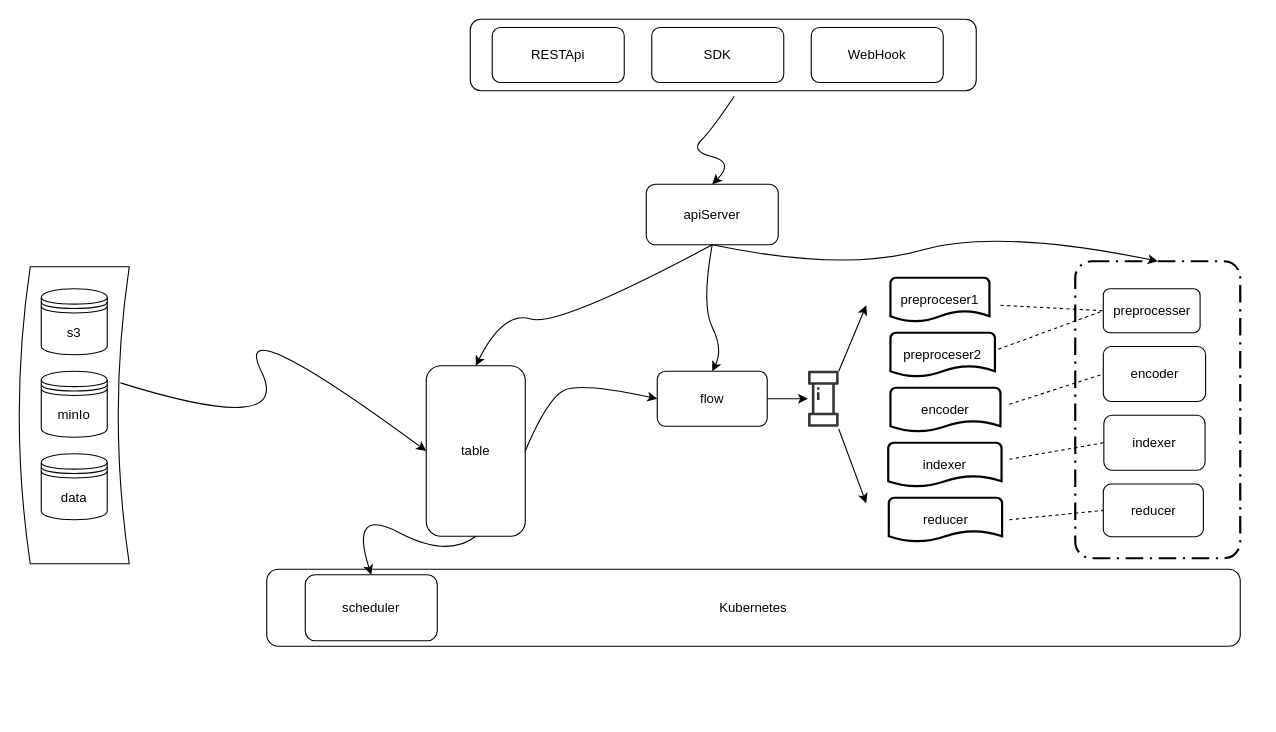
Above: Untitled Diagram.drawio in ReigenAraka/images (draw.io), before the change. Source tidied: cells renumbered, new cells numbered last; positions are measured from the earlier drawing's top-left corner, leaving out a move shared by most shapes. Both pictures are drawn from the tidied source at 110%, with x=0, y=0 at pixel (19, 19).
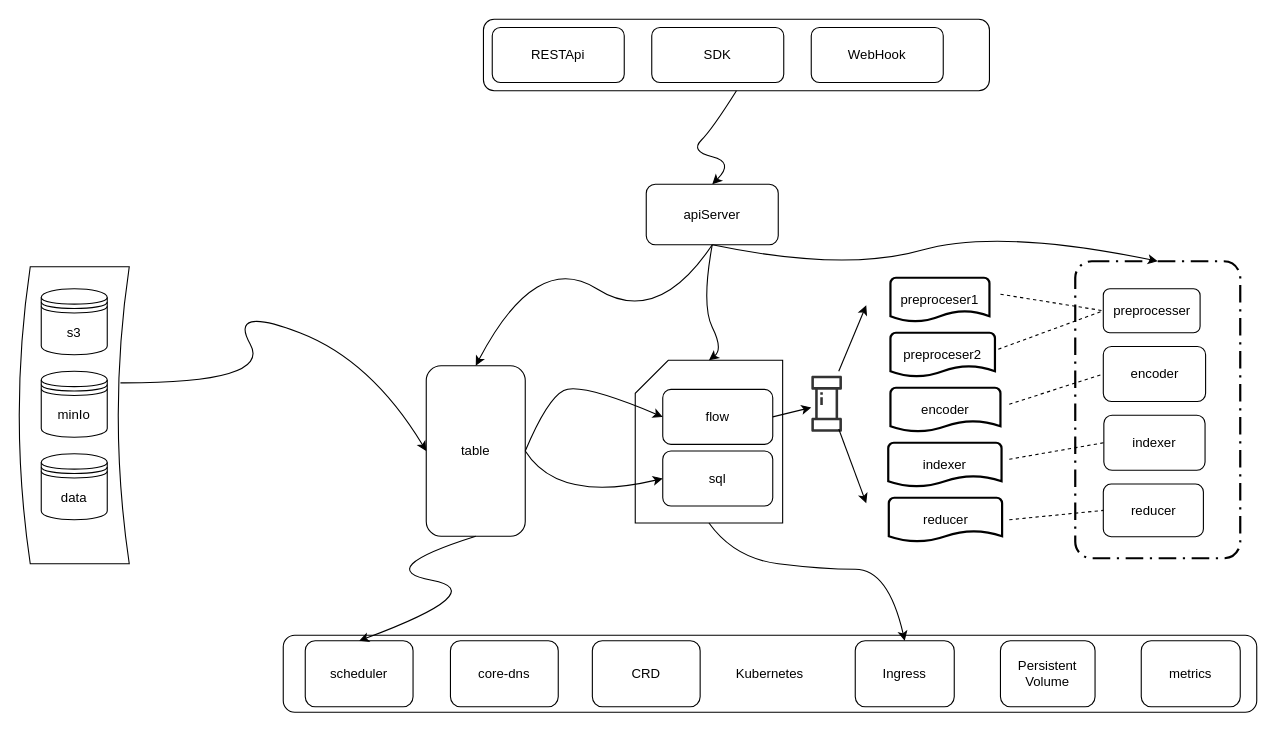
After the change.

Unchanged cells that the change refers to:
```xml
<mxCell id="2" style="shape=dataStorage;whiteSpace=wrap;html=1;fillColor=none;" parent="1" vertex="1">
  <mxGeometry y="225" width="100" height="270" as="geometry" />
</mxCell>
<mxCell id="3" value="table" style="rounded=1;whiteSpace=wrap;html=1;" parent="1" vertex="1">
  <mxGeometry x="370" y="315" width="90" height="155" as="geometry" />
</mxCell>
<mxCell id="9" value="preprocesser" style="rounded=1;whiteSpace=wrap;html=1;align=center;" parent="1" vertex="1">
  <mxGeometry x="985.5" y="245" width="88" height="40" as="geometry" />
</mxCell>
<mxCell id="16" value="apiServer" style="rounded=1;whiteSpace=wrap;html=1;" parent="1" vertex="1">
  <mxGeometry x="570" y="150" width="120" height="55" as="geometry" />
</mxCell>
```

Diff of the diagram source:
```diff
@@
+    <mxCell id="41" style="shape=card;whiteSpace=wrap;html=1;fillColor=none;" parent="1" vertex="1">
+      <mxGeometry x="560" y="310" width="134" height="148" as="geometry" />
+    </mxCell>
@@
     <mxCell id="4" value="Kubernetes" style="rounded=1;whiteSpace=wrap;html=1;fillColor=none;" parent="1" vertex="1">
-      <mxGeometry x="225" y="500" width="885" height="70" as="geometry" />
+      <mxGeometry x="240" y="560" width="885" height="70" as="geometry" />
     </mxCell>
     <mxCell id="5" style="rounded=1;whiteSpace=wrap;html=1;fillColor=none;" parent="1" vertex="1">
-      <mxGeometry x="410" width="460" height="65" as="geometry" />
+      <mxGeometry x="422" width="460" height="65" as="geometry" />
     </mxCell>
@@
     <mxCell id="7" style="outlineConnect=0;fontColor=#232F3E;gradientColor=none;fillColor=#333333;strokeColor=none;dashed=0;verticalLabelPosition=bottom;verticalAlign=top;align=center;html=1;fontSize=12;fontStyle=0;shape=mxgraph.aws4.iot_analytics_pipeline;direction=north;" parent="1" vertex="1">
-      <mxGeometry x="717" y="319.5" width="28" height="51" as="geometry" />
+      <mxGeometry x="720" y="324" width="28" height="51" as="geometry" />
     </mxCell>
@@
     <mxCell id="12" value="flow" style="rounded=1;whiteSpace=wrap;html=1;" parent="1" vertex="1">
-      <mxGeometry x="580" y="320" width="100" height="50" as="geometry" />
+      <mxGeometry x="585" y="336.5" width="100" height="50" as="geometry" />
     </mxCell>
@@
-    <mxCell id="14" style="curved=1;endArrow=classic;html=1;entryX=0.5;entryY=0;entryDx=0;entryDy=0;" parent="1" edge="1" target="16">
+    <mxCell id="14" style="curved=1;endArrow=classic;html=1;entryX=0.5;entryY=0;entryDx=0;entryDy=0;exitX=0.5;exitY=1;exitDx=0;exitDy=0;" parent="1" edge="1" source="5" target="16">
       <mxGeometry relative="1" as="geometry">
-        <mxPoint x="650" y="70" as="sourcePoint" />
         <Array as="points">
           <mxPoint x="630" y="100" />
           <mxPoint x="610" y="120" />
           <mxPoint x="650" y="130" />
         </Array>
       </mxGeometry>
     </mxCell>
-    <mxCell id="15" style="curved=1;endArrow=classic;html=1;exitX=0.5;exitY=1;exitDx=0;exitDy=0;" parent="1" edge="1" source="16">
+    <mxCell id="15" style="curved=1;endArrow=classic;html=1;exitX=0.5;exitY=1;exitDx=0;exitDy=0;entryX=0.5;entryY=0;entryDx=0;entryDy=0;entryPerimeter=0;" parent="1" edge="1" source="16" target="41">
       <mxGeometry relative="1" as="geometry">
-        <mxPoint x="630" y="320" as="targetPoint" />
         <Array as="points">
           <mxPoint x="620" y="260" />
           <mxPoint x="640" y="300" />
         </Array>
       </mxGeometry>
     </mxCell>
@@
     <mxCell id="17" style="endArrow=none;dashed=1;html=1;entryX=0;entryY=0.5;entryDx=0;entryDy=0;" parent="1" edge="1" target="9">
       <mxGeometry relative="1" as="geometry">
-        <mxPoint x="892" y="260" as="sourcePoint" />
+        <mxPoint x="892" y="250" as="sourcePoint" />
       </mxGeometry>
     </mxCell>
@@
     <mxCell id="30" style="curved=1;endArrow=classic;html=1;entryX=0.5;entryY=0;entryDx=0;entryDy=0;exitX=0.5;exitY=1;exitDx=0;exitDy=0;" parent="1" edge="1" source="16" target="3">
       <mxGeometry relative="1" as="geometry">
         <Array as="points">
-          <mxPoint x="490" y="280" />
-          <mxPoint x="440" y="265" />
+          <mxPoint x="580" y="280" />
+          <mxPoint x="470" y="210" />
         </Array>
       </mxGeometry>
     </mxCell>
@@
     <mxCell id="33" value="scheduler" style="rounded=1;whiteSpace=wrap;html=1;fillColor=none;" parent="1" vertex="1">
-      <mxGeometry x="260" y="505" width="120" height="60" as="geometry" />
+      <mxGeometry x="260" y="565" width="98" height="60" as="geometry" />
     </mxCell>
-    <mxCell id="34" style="curved=1;endArrow=classic;html=1;entryX=0.5;entryY=0;entryDx=0;entryDy=0;exitX=0.5;exitY=1;exitDx=0;exitDy=0;" parent="1" edge="1" source="3" target="33">
-      <mxGeometry relative="1" as="geometry">
-        <Array as="points">
-          <mxPoint x="390" y="490" />
-          <mxPoint x="300" y="443" />
-        </Array>
-      </mxGeometry>
-    </mxCell>
@@
     <mxCell id="39" style="curved=1;endArrow=classic;html=1;exitX=0.92;exitY=0.391;exitDx=0;exitDy=0;exitPerimeter=0;entryX=0;entryY=0.5;entryDx=0;entryDy=0;" parent="1" edge="1" source="2" target="3">
       <mxGeometry relative="1" as="geometry">
         <Array as="points">
-          <mxPoint x="250" y="380" />
+          <mxPoint x="230" y="331" />
           <mxPoint x="190" y="260" />
+          <mxPoint x="320" y="310" />
         </Array>
       </mxGeometry>
     </mxCell>
@@
+    <mxCell id="42" style="curved=1;endArrow=classic;html=1;exitX=1;exitY=0.5;exitDx=0;exitDy=0;entryX=0;entryY=0.5;entryDx=0;entryDy=0;" parent="1" edge="1" source="3" target="43">
+      <mxGeometry relative="1" as="geometry">
+        <Array as="points">
+          <mxPoint x="490" y="440" />
+        </Array>
+      </mxGeometry>
+    </mxCell>
+    <mxCell id="43" value="sql" style="rounded=1;whiteSpace=wrap;html=1;" parent="1" vertex="1">
+      <mxGeometry x="585" y="392.5" width="100" height="50" as="geometry" />
+    </mxCell>
+    <mxCell id="44" value="Ingress" style="rounded=1;whiteSpace=wrap;html=1;fillColor=none;" parent="1" vertex="1">
+      <mxGeometry x="760" y="565" width="90" height="60" as="geometry" />
+    </mxCell>
+    <mxCell id="45" style="curved=1;endArrow=classic;html=1;entryX=0.5;entryY=0;entryDx=0;entryDy=0;exitX=0.5;exitY=1;exitDx=0;exitDy=0;exitPerimeter=0;" parent="1" edge="1" source="41" target="44">
+      <mxGeometry relative="1" as="geometry">
+        <Array as="points">
+          <mxPoint x="650" y="490" />
+          <mxPoint x="730" y="500" />
+          <mxPoint x="790" y="500" />
+        </Array>
+      </mxGeometry>
+    </mxCell>
+    <mxCell id="34" style="curved=1;endArrow=classic;html=1;entryX=0.5;entryY=0;entryDx=0;entryDy=0;exitX=0.5;exitY=1;exitDx=0;exitDy=0;" parent="1" edge="1" source="3" target="33">
+      <mxGeometry relative="1" as="geometry">
+        <Array as="points">
+          <mxPoint x="320" y="500" />
+          <mxPoint x="430" y="520" />
+        </Array>
+      </mxGeometry>
+    </mxCell>
+    <mxCell id="46" value="metrics" style="rounded=1;whiteSpace=wrap;html=1;fillColor=none;" parent="1" vertex="1">
+      <mxGeometry x="1020" y="565" width="90" height="60" as="geometry" />
+    </mxCell>
+    <mxCell id="47" value="Persistent&lt;br&gt;Volume" style="rounded=1;whiteSpace=wrap;html=1;fillColor=none;" parent="1" vertex="1">
+      <mxGeometry x="892" y="565" width="86" height="60" as="geometry" />
+    </mxCell>
+    <mxCell id="48" value="core-dns" style="rounded=1;whiteSpace=wrap;html=1;fillColor=none;" parent="1" vertex="1">
+      <mxGeometry x="392" y="565" width="98" height="60" as="geometry" />
+    </mxCell>
+    <mxCell id="49" value="CRD" style="rounded=1;whiteSpace=wrap;html=1;fillColor=none;" parent="1" vertex="1">
+      <mxGeometry x="521" y="565" width="98" height="60" as="geometry" />
+    </mxCell>
```
